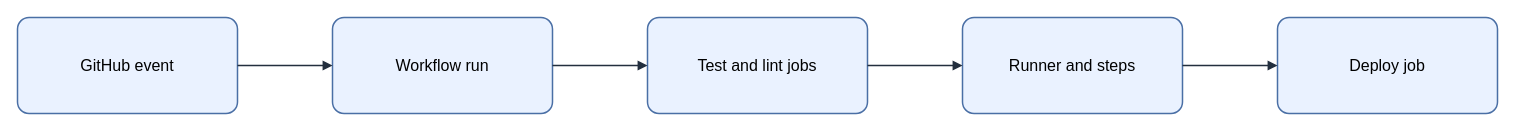
The draw.io diagram assets/img/ci-cd/github-actions-workflow-flow.drawio in KKamJi98/kkamji98.github.io, before the edit. Source tidied: cells renumbered, new cells numbered last; positions are measured from the earlier drawing's top-left corner, leaving out a move shared by most shapes. Both pictures are drawn from the tidied source at 100%, with x=0, y=0 at pixel (17, 17).
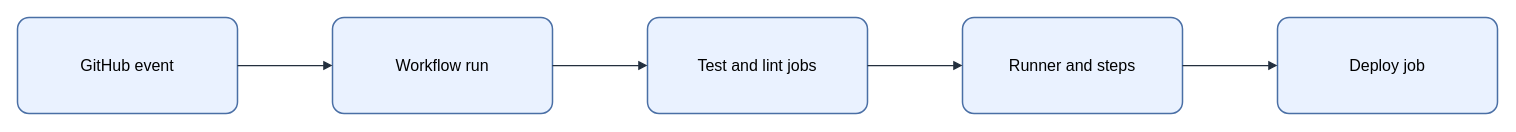
The same page after the edit.

The edit, as a diff of the source:
```diff
@@
 <mxGraphModel background="#FFFFFF">
   <root>
     <mxCell id="0" />
     <mxCell id="1" parent="0" />
-    <mxCell id="2" value="&lt;font style=&quot;color: rgb(0, 0, 0);&quot;&gt;GitHub event&lt;/font&gt;" style="rounded=1;arcSize=12;whiteSpace=wrap;html=1;fillColor=#EAF2FF;strokeColor=#4A6FA5;strokeWidth=1.5;fontColor=#000000;fontSize=16;align=center;verticalAlign=middle;spacing=8;shadow=0;" parent="1" vertex="1">
+    <mxCell id="2" value="GitHub event" style="rounded=1;arcSize=12;whiteSpace=wrap;html=0;fillColor=#EAF2FF;strokeColor=#4A6FA5;strokeWidth=1.5;fontColor=#000000;fontSize=16;align=center;verticalAlign=middle;spacing=8;shadow=0;" parent="1" vertex="1">
       <mxGeometry width="220" height="96" as="geometry" />
     </mxCell>
-    <mxCell id="3" value="&lt;font style=&quot;color: rgb(0, 0, 0);&quot;&gt;Workflow run&lt;/font&gt;" style="rounded=1;arcSize=12;whiteSpace=wrap;html=1;fillColor=#EAF2FF;strokeColor=#4A6FA5;strokeWidth=1.5;fontColor=#000000;fontSize=16;align=center;verticalAlign=middle;spacing=8;shadow=0;" parent="1" vertex="1">
+    <mxCell id="3" value="Workflow run" style="rounded=1;arcSize=12;whiteSpace=wrap;html=0;fillColor=#EAF2FF;strokeColor=#4A6FA5;strokeWidth=1.5;fontColor=#000000;fontSize=16;align=center;verticalAlign=middle;spacing=8;shadow=0;" parent="1" vertex="1">
       <mxGeometry x="315" width="220" height="96" as="geometry" />
     </mxCell>
-    <mxCell id="4" value="&lt;font style=&quot;color: rgb(0, 0, 0);&quot;&gt;Test and lint jobs&lt;/font&gt;" style="rounded=1;arcSize=12;whiteSpace=wrap;html=1;fillColor=#EAF2FF;strokeColor=#4A6FA5;strokeWidth=1.5;fontColor=#000000;fontSize=16;align=center;verticalAlign=middle;spacing=8;shadow=0;" parent="1" vertex="1">
+    <mxCell id="4" value="Test and lint jobs" style="rounded=1;arcSize=12;whiteSpace=wrap;html=0;fillColor=#EAF2FF;strokeColor=#4A6FA5;strokeWidth=1.5;fontColor=#000000;fontSize=16;align=center;verticalAlign=middle;spacing=8;shadow=0;" parent="1" vertex="1">
       <mxGeometry x="630" width="220" height="96" as="geometry" />
     </mxCell>
-    <mxCell id="5" value="&lt;font style=&quot;color: rgb(0, 0, 0);&quot;&gt;Runner and steps&lt;/font&gt;" style="rounded=1;arcSize=12;whiteSpace=wrap;html=1;fillColor=#EAF2FF;strokeColor=#4A6FA5;strokeWidth=1.5;fontColor=#000000;fontSize=16;align=center;verticalAlign=middle;spacing=8;shadow=0;" parent="1" vertex="1">
+    <mxCell id="5" value="Runner and steps" style="rounded=1;arcSize=12;whiteSpace=wrap;html=0;fillColor=#EAF2FF;strokeColor=#4A6FA5;strokeWidth=1.5;fontColor=#000000;fontSize=16;align=center;verticalAlign=middle;spacing=8;shadow=0;" parent="1" vertex="1">
       <mxGeometry x="945" width="220" height="96" as="geometry" />
     </mxCell>
-    <mxCell id="6" value="&lt;font style=&quot;color: rgb(0, 0, 0);&quot;&gt;Deploy job&lt;/font&gt;" style="rounded=1;arcSize=12;whiteSpace=wrap;html=1;fillColor=#EAF2FF;strokeColor=#4A6FA5;strokeWidth=1.5;fontColor=#000000;fontSize=16;align=center;verticalAlign=middle;spacing=8;shadow=0;" parent="1" vertex="1">
+    <mxCell id="6" value="Deploy job" style="rounded=1;arcSize=12;whiteSpace=wrap;html=0;fillColor=#EAF2FF;strokeColor=#4A6FA5;strokeWidth=1.5;fontColor=#000000;fontSize=16;align=center;verticalAlign=middle;spacing=8;shadow=0;" parent="1" vertex="1">
       <mxGeometry x="1260" width="220" height="96" as="geometry" />
     </mxCell>
-    <mxCell id="7" style="edgeStyle=orthogonalEdgeStyle;rounded=0;jettySize=auto;html=1;endArrow=block;endFill=1;strokeColor=#232F3E;strokeWidth=1.5;fontColor=#000000;labelBackgroundColor=none;exitX=1;exitY=0.5;exitDx=0;exitDy=0;entryX=0;entryY=0.5;entryDx=0;entryDy=0;" parent="1" edge="1" source="2" target="3">
+    <mxCell id="7" style="edgeStyle=orthogonalEdgeStyle;rounded=0;jettySize=auto;html=0;endArrow=block;endFill=1;strokeColor=#232F3E;strokeWidth=1.25;fontColor=#000000;labelBackgroundColor=none;exitX=1;exitY=0.5;exitDx=0;exitDy=0;entryX=0;entryY=0.5;entryDx=0;entryDy=0;" parent="1" edge="1" source="2" target="3">
       <mxGeometry relative="1" as="geometry" />
     </mxCell>
-    <mxCell id="8" style="edgeStyle=orthogonalEdgeStyle;rounded=0;jettySize=auto;html=1;endArrow=block;endFill=1;strokeColor=#232F3E;strokeWidth=1.5;fontColor=#000000;labelBackgroundColor=none;exitX=1;exitY=0.5;exitDx=0;exitDy=0;entryX=0;entryY=0.5;entryDx=0;entryDy=0;" parent="1" edge="1" source="3" target="4">
+    <mxCell id="8" style="edgeStyle=orthogonalEdgeStyle;rounded=0;jettySize=auto;html=0;endArrow=block;endFill=1;strokeColor=#232F3E;strokeWidth=1.25;fontColor=#000000;labelBackgroundColor=none;exitX=1;exitY=0.5;exitDx=0;exitDy=0;entryX=0;entryY=0.5;entryDx=0;entryDy=0;" parent="1" edge="1" source="3" target="4">
       <mxGeometry relative="1" as="geometry" />
     </mxCell>
-    <mxCell id="9" style="edgeStyle=orthogonalEdgeStyle;rounded=0;jettySize=auto;html=1;endArrow=block;endFill=1;strokeColor=#232F3E;strokeWidth=1.5;fontColor=#000000;labelBackgroundColor=none;exitX=1;exitY=0.5;exitDx=0;exitDy=0;entryX=0;entryY=0.5;entryDx=0;entryDy=0;" parent="1" edge="1" source="4" target="5">
+    <mxCell id="9" style="edgeStyle=orthogonalEdgeStyle;rounded=0;jettySize=auto;html=0;endArrow=block;endFill=1;strokeColor=#232F3E;strokeWidth=1.25;fontColor=#000000;labelBackgroundColor=none;exitX=1;exitY=0.5;exitDx=0;exitDy=0;entryX=0;entryY=0.5;entryDx=0;entryDy=0;" parent="1" edge="1" source="4" target="5">
       <mxGeometry relative="1" as="geometry" />
     </mxCell>
-    <mxCell id="10" style="edgeStyle=orthogonalEdgeStyle;rounded=0;jettySize=auto;html=1;endArrow=block;endFill=1;strokeColor=#232F3E;strokeWidth=1.5;fontColor=#000000;labelBackgroundColor=none;exitX=1;exitY=0.5;exitDx=0;exitDy=0;entryX=0;entryY=0.5;entryDx=0;entryDy=0;" parent="1" edge="1" source="5" target="6">
+    <mxCell id="10" style="edgeStyle=orthogonalEdgeStyle;rounded=0;jettySize=auto;html=0;endArrow=block;endFill=1;strokeColor=#232F3E;strokeWidth=1.25;fontColor=#000000;labelBackgroundColor=none;exitX=1;exitY=0.5;exitDx=0;exitDy=0;entryX=0;entryY=0.5;entryDx=0;entryDy=0;" parent="1" edge="1" source="5" target="6">
       <mxGeometry relative="1" as="geometry" />
     </mxCell>
   </root>
 </mxGraphModel>
```
